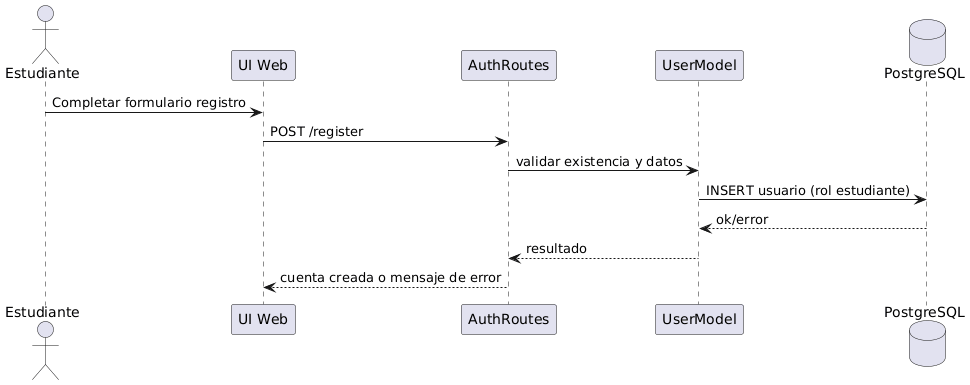
Earlier version of the PlantUML export docs/uml/render/secuencias/CU13_registrarse.png (maranavard/SISTEMA-COMPUTACIONAL-PARA-LA-GESTION-Y-CONTROL-DE-ACCESO-DE-AUTOMOVILES-M-DULO-WEB).
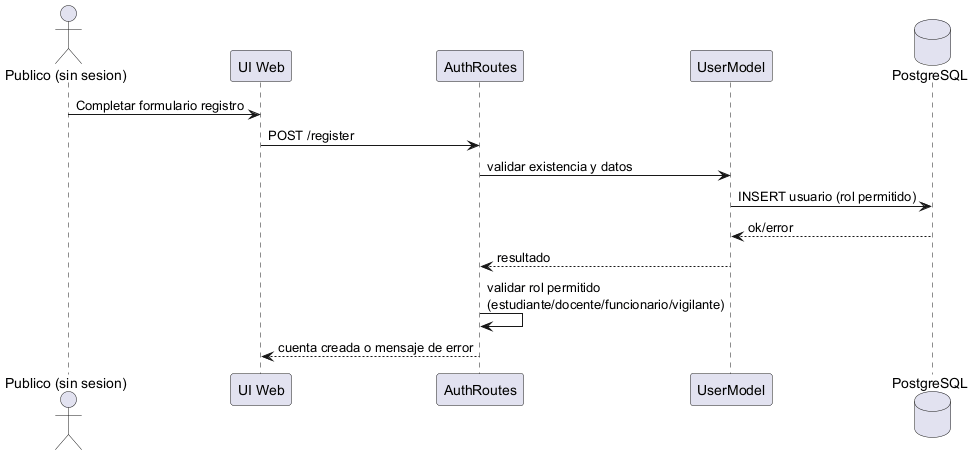
The same file after the commit.

What changed in the source:
```diff
@@ -1,15 +1,16 @@
-@startuml
-actor Estudiante
+@startuml CU13_registrarse
+actor "Publico (sin sesion)" as Publico
 participant "UI Web" as UI
 participant "AuthRoutes" as A
 participant "UserModel" as U
 database "PostgreSQL" as DB
 
-Estudiante -> UI : Completar formulario registro
+Publico -> UI : Completar formulario registro
 UI -> A : POST /register
 A -> U : validar existencia y datos
-U -> DB : INSERT usuario (rol estudiante)
+U -> DB : INSERT usuario (rol permitido)
 DB --> U : ok/error
 U --> A : resultado
+A -> A : validar rol permitido\n(estudiante/docente/funcionario/vigilante)
 A --> UI : cuenta creada o mensaje de error
 @enduml
```
